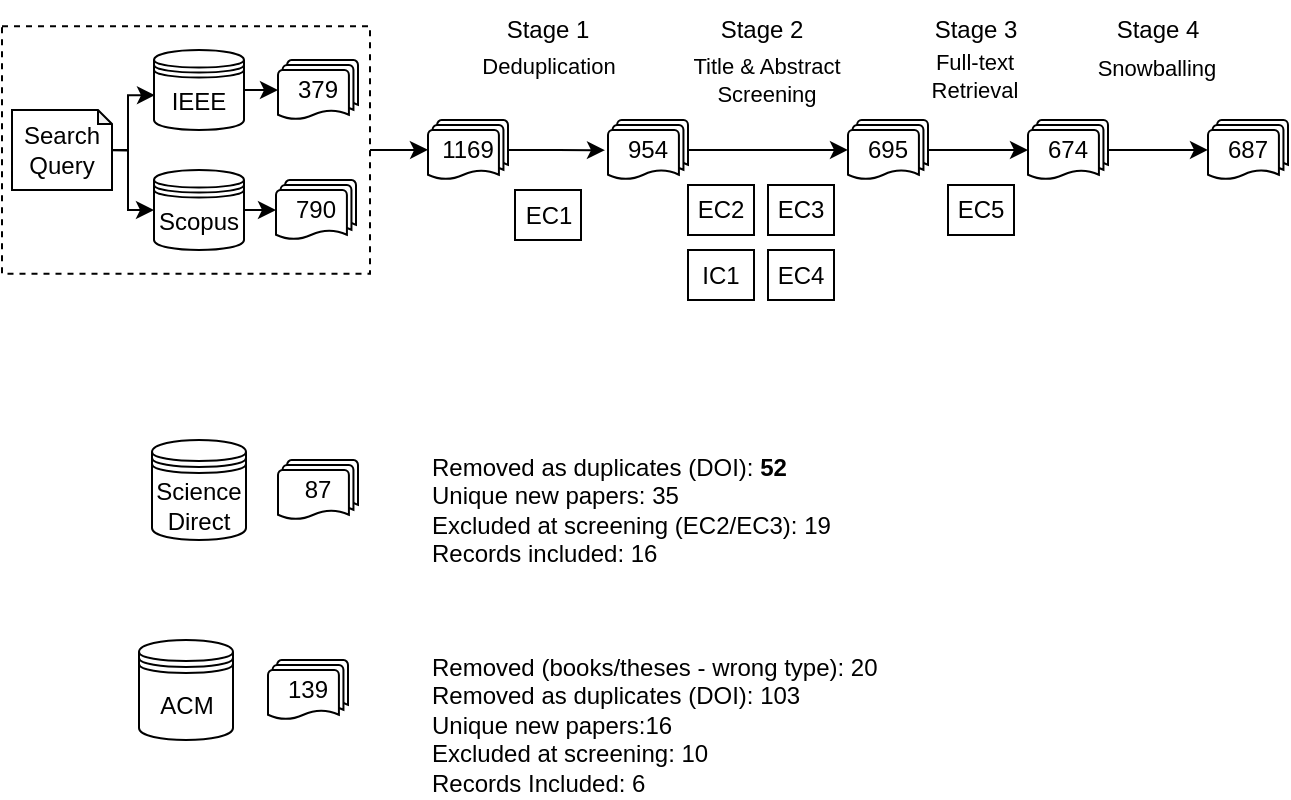
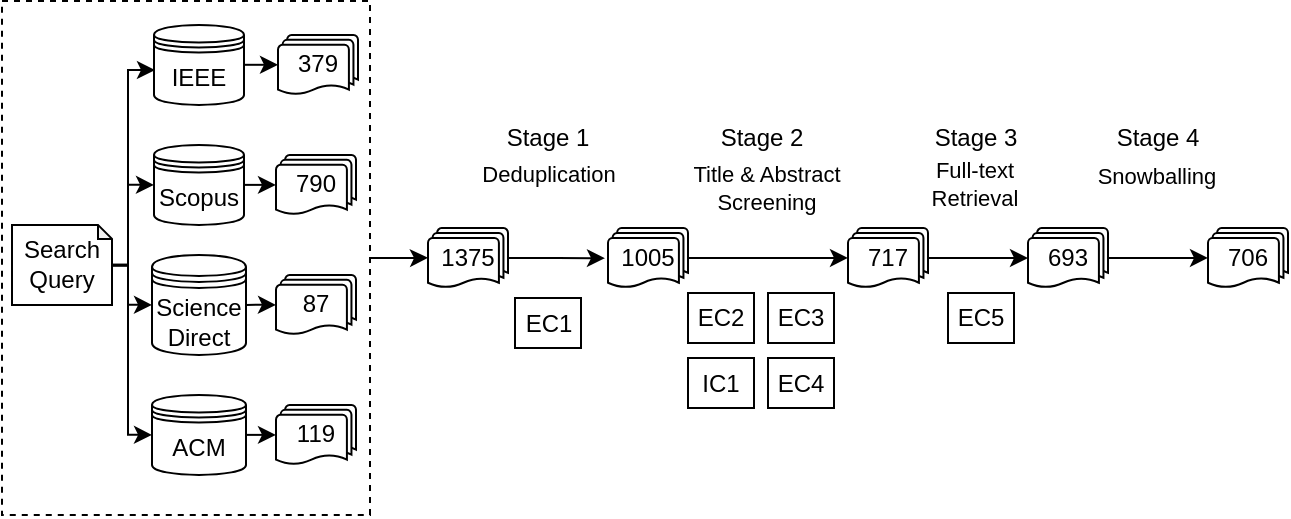
<mxfile host="app.diagrams.net" agent="Mozilla/5.0 (Windows NT 10.0; Win64; x64) AppleWebKit/537.36 (KHTML, like Gecko) Chrome/145.0.0.0 Safari/537.36">
  <diagram name="Page-1" id="EPD-pxOS8JDJHKGQRMdU">
-     <mxGraphModel dx="1201" dy="643" grid="1" gridSize="10" guides="1" tooltips="1" connect="1" arrows="1" fold="1" page="1" pageScale="1" pageWidth="850" pageHeight="1100" math="0" shadow="0">
+     <mxGraphModel dx="751" dy="402" grid="1" gridSize="10" guides="1" tooltips="1" connect="1" arrows="1" fold="1" page="1" pageScale="1" pageWidth="850" pageHeight="1100" math="0" shadow="0">
      <root>
        <mxCell id="0" />
        <mxCell id="1" parent="0" />
        <mxCell id="lcWgrL02LOkPsSpJKyJC-1" edge="1" parent="1" source="lcWgrL02LOkPsSpJKyJC-2" style="edgeStyle=orthogonalEdgeStyle;rounded=0;orthogonalLoop=1;jettySize=auto;html=1;">
          <mxGeometry relative="1" as="geometry">
            <mxPoint x="360" y="204.87" as="targetPoint" />
          </mxGeometry>
        </mxCell>
        <mxCell id="lcWgrL02LOkPsSpJKyJC-2" parent="1" style="rounded=0;whiteSpace=wrap;html=1;dashed=1;movable=1;resizable=1;rotatable=1;deletable=1;editable=1;locked=0;connectable=1;" value="" vertex="1">
-           <mxGeometry height="123.75" width="184" x="147" y="143.12" as="geometry" />
+           <mxGeometry height="256.88" width="184" x="147" y="76.56" as="geometry" />
        </mxCell>
        <mxCell id="lcWgrL02LOkPsSpJKyJC-3" edge="1" parent="1" source="lcWgrL02LOkPsSpJKyJC-4" style="edgeStyle=orthogonalEdgeStyle;rounded=0;orthogonalLoop=1;jettySize=auto;html=1;entryX=0.011;entryY=0.565;entryDx=0;entryDy=0;entryPerimeter=0;" target="lcWgrL02LOkPsSpJKyJC-6">
          <mxGeometry relative="1" as="geometry">
            <Array as="points">
-               <mxPoint x="210" y="205" />
-               <mxPoint x="210" y="178" />
+               <mxPoint x="210" y="208.44" />
+               <mxPoint x="210" y="111.44" />
+             </Array>
+           </mxGeometry>
+         </mxCell>
+         <mxCell id="EugBpm1d8dsiI0s80T5x-1" edge="1" parent="1" source="lcWgrL02LOkPsSpJKyJC-4" style="edgeStyle=orthogonalEdgeStyle;rounded=0;orthogonalLoop=1;jettySize=auto;html=1;entryX=0;entryY=0.5;entryDx=0;entryDy=0;exitX=1.002;exitY=0.51;exitDx=0;exitDy=0;exitPerimeter=0;" target="uM7LAKjQwFEnnQu7Dd1V-1">
+           <mxGeometry relative="1" as="geometry">
+             <Array as="points">
+               <mxPoint x="210" y="208.44" />
+               <mxPoint x="210" y="228.44" />
+             </Array>
+           </mxGeometry>
+         </mxCell>
+         <mxCell id="EugBpm1d8dsiI0s80T5x-2" edge="1" parent="1" source="lcWgrL02LOkPsSpJKyJC-4" style="edgeStyle=orthogonalEdgeStyle;rounded=0;orthogonalLoop=1;jettySize=auto;html=1;entryX=0;entryY=0.5;entryDx=0;entryDy=0;" target="uM7LAKjQwFEnnQu7Dd1V-5">
+           <mxGeometry relative="1" as="geometry">
+             <Array as="points">
+               <mxPoint x="210" y="208.44" />
+               <mxPoint x="210" y="293.44" />
            </Array>
          </mxGeometry>
        </mxCell>
        <mxCell id="lcWgrL02LOkPsSpJKyJC-4" parent="1" style="shape=note;whiteSpace=wrap;html=1;backgroundOutline=1;darkOpacity=0.05;size=7;" value="Search&lt;div&gt;Query&lt;/div&gt;" vertex="1">
-           <mxGeometry height="40" width="50" x="152" y="185" as="geometry" />
+           <mxGeometry height="40" width="50" x="152" y="188.44" as="geometry" />
        </mxCell>
        <mxCell id="lcWgrL02LOkPsSpJKyJC-5" parent="1" style="shape=datastore;whiteSpace=wrap;html=1;" value="Scopus" vertex="1">
-           <mxGeometry height="40" width="45" x="223" y="215" as="geometry" />
+           <mxGeometry height="40" width="45" x="223" y="148.44" as="geometry" />
        </mxCell>
        <mxCell id="lcWgrL02LOkPsSpJKyJC-6" parent="1" style="shape=datastore;whiteSpace=wrap;html=1;" value="IEEE" vertex="1">
-           <mxGeometry height="40" width="45" x="223" y="155" as="geometry" />
+           <mxGeometry height="40" width="45" x="223" y="88.44" as="geometry" />
        </mxCell>
        <mxCell id="lcWgrL02LOkPsSpJKyJC-7" edge="1" parent="1" source="lcWgrL02LOkPsSpJKyJC-4" style="edgeStyle=orthogonalEdgeStyle;rounded=0;orthogonalLoop=1;jettySize=auto;html=1;entryX=0;entryY=0.5;entryDx=0;entryDy=0;exitX=1;exitY=0.504;exitDx=0;exitDy=0;exitPerimeter=0;" target="lcWgrL02LOkPsSpJKyJC-5">
          <mxGeometry relative="1" as="geometry">
            <Array as="points">
-               <mxPoint x="210" y="205" />
-               <mxPoint x="210" y="235" />
+               <mxPoint x="210" y="208.44" />
+               <mxPoint x="210" y="168.44" />
            </Array>
-             <mxPoint x="170" y="205" as="sourcePoint" />
+             <mxPoint x="170" y="138.44" as="sourcePoint" />
          </mxGeometry>
        </mxCell>
        <mxCell id="lcWgrL02LOkPsSpJKyJC-8" parent="1" style="strokeWidth=1;html=1;shape=mxgraph.flowchart.multi-document;whiteSpace=wrap;" value="790" vertex="1">
-           <mxGeometry height="30" width="40" x="284" y="220" as="geometry" />
+           <mxGeometry height="30" width="40" x="284" y="153.44" as="geometry" />
        </mxCell>
        <mxCell id="lcWgrL02LOkPsSpJKyJC-9" parent="1" style="strokeWidth=1;html=1;shape=mxgraph.flowchart.multi-document;whiteSpace=wrap;" value="379" vertex="1">
-           <mxGeometry height="30" width="40" x="285" y="160" as="geometry" />
+           <mxGeometry height="30" width="40" x="285" y="93.44" as="geometry" />
        </mxCell>
        <mxCell id="lcWgrL02LOkPsSpJKyJC-12" edge="1" parent="1" source="lcWgrL02LOkPsSpJKyJC-14" style="edgeStyle=orthogonalEdgeStyle;rounded=0;orthogonalLoop=1;jettySize=auto;html=1;entryX=-0.038;entryY=0.504;entryDx=0;entryDy=0;entryPerimeter=0;" target="lcWgrL02LOkPsSpJKyJC-17">
          <mxGeometry relative="1" as="geometry">
            <mxPoint x="470" y="205" as="targetPoint" />
          </mxGeometry>
        </mxCell>
        <mxCell id="lcWgrL02LOkPsSpJKyJC-13" connectable="0" parent="lcWgrL02LOkPsSpJKyJC-12" style="edgeLabel;html=1;align=center;verticalAlign=middle;resizable=0;points=[];" value="Deduplication" vertex="1">
          <mxGeometry relative="1" x="-0.0065" y="-1" as="geometry">
            <mxPoint x="-4" y="-43" as="offset" />
          </mxGeometry>
        </mxCell>
-         <mxCell id="lcWgrL02LOkPsSpJKyJC-14" parent="1" style="strokeWidth=1;html=1;shape=mxgraph.flowchart.multi-document;whiteSpace=wrap;" value="1169" vertex="1">
+         <mxCell id="lcWgrL02LOkPsSpJKyJC-14" parent="1" style="strokeWidth=1;html=1;shape=mxgraph.flowchart.multi-document;whiteSpace=wrap;" value="1375" vertex="1">
          <mxGeometry height="30" width="40" x="360" y="190" as="geometry" />
        </mxCell>
        <mxCell id="lcWgrL02LOkPsSpJKyJC-15" edge="1" parent="1" source="lcWgrL02LOkPsSpJKyJC-17" style="edgeStyle=orthogonalEdgeStyle;rounded=0;orthogonalLoop=1;jettySize=auto;html=1;entryX=0;entryY=0.5;entryDx=0;entryDy=0;entryPerimeter=0;" target="lcWgrL02LOkPsSpJKyJC-19">
          <mxGeometry relative="1" as="geometry">
            <Array as="points" />
            <mxPoint x="570" y="205.00000000000006" as="targetPoint" />
          </mxGeometry>
        </mxCell>
        <mxCell id="lcWgrL02LOkPsSpJKyJC-16" connectable="0" parent="lcWgrL02LOkPsSpJKyJC-15" style="edgeLabel;html=1;align=center;verticalAlign=middle;resizable=0;points=[];" value="Title &amp;amp; Abstract&lt;div&gt;Screening&lt;/div&gt;" vertex="1">
          <mxGeometry relative="1" x="-0.1294" y="-1" as="geometry">
            <mxPoint x="4" y="-36" as="offset" />
          </mxGeometry>
        </mxCell>
-         <mxCell id="lcWgrL02LOkPsSpJKyJC-17" parent="1" style="strokeWidth=1;html=1;shape=mxgraph.flowchart.multi-document;whiteSpace=wrap;" value="954" vertex="1">
+         <mxCell id="lcWgrL02LOkPsSpJKyJC-17" parent="1" style="strokeWidth=1;html=1;shape=mxgraph.flowchart.multi-document;whiteSpace=wrap;" value="1005" vertex="1">
          <mxGeometry height="30" width="40" x="450" y="189.99" as="geometry" />
        </mxCell>
        <mxCell id="lcWgrL02LOkPsSpJKyJC-18" parent="1" style="rounded=0;whiteSpace=wrap;html=1;" value="EC1" vertex="1">
          <mxGeometry height="25" width="33" x="403.5" y="225" as="geometry" />
        </mxCell>
-         <mxCell id="lcWgrL02LOkPsSpJKyJC-19" parent="1" style="strokeWidth=1;html=1;shape=mxgraph.flowchart.multi-document;whiteSpace=wrap;" value="695" vertex="1">
+         <mxCell id="lcWgrL02LOkPsSpJKyJC-19" parent="1" style="strokeWidth=1;html=1;shape=mxgraph.flowchart.multi-document;whiteSpace=wrap;" value="717" vertex="1">
          <mxGeometry height="30" width="40" x="570" y="189.99" as="geometry" />
        </mxCell>
        <mxCell id="lcWgrL02LOkPsSpJKyJC-20" parent="1" style="rounded=0;whiteSpace=wrap;html=1;" value="EC2" vertex="1">
          <mxGeometry height="25" width="33" x="490" y="222.5" as="geometry" />
        </mxCell>
        <mxCell id="lcWgrL02LOkPsSpJKyJC-21" parent="1" style="rounded=0;whiteSpace=wrap;html=1;" value="EC3" vertex="1">
          <mxGeometry height="25" width="33" x="530" y="222.5" as="geometry" />
        </mxCell>
        <mxCell id="lcWgrL02LOkPsSpJKyJC-22" parent="1" style="rounded=0;whiteSpace=wrap;html=1;" value="EC4" vertex="1">
          <mxGeometry height="25" width="33" x="530" y="255" as="geometry" />
        </mxCell>
        <mxCell id="3dYulXDm6Khn9t_g3C1X-1" edge="1" parent="1" source="lcWgrL02LOkPsSpJKyJC-23" style="edgeStyle=orthogonalEdgeStyle;rounded=0;orthogonalLoop=1;jettySize=auto;html=1;entryX=0;entryY=0.5;entryDx=0;entryDy=0;entryPerimeter=0;" target="3dYulXDm6Khn9t_g3C1X-2">
          <mxGeometry relative="1" as="geometry">
            <mxPoint x="850" y="205" as="targetPoint" />
          </mxGeometry>
        </mxCell>
        <mxCell id="3dYulXDm6Khn9t_g3C1X-3" connectable="0" parent="3dYulXDm6Khn9t_g3C1X-1" style="edgeLabel;html=1;align=center;verticalAlign=middle;resizable=0;points=[];" value="Snowballing" vertex="1">
          <mxGeometry relative="1" x="-0.0421" as="geometry">
            <mxPoint y="-41" as="offset" />
          </mxGeometry>
        </mxCell>
-         <mxCell id="lcWgrL02LOkPsSpJKyJC-23" parent="1" style="strokeWidth=1;html=1;shape=mxgraph.flowchart.multi-document;whiteSpace=wrap;" value="674" vertex="1">
+         <mxCell id="lcWgrL02LOkPsSpJKyJC-23" parent="1" style="strokeWidth=1;html=1;shape=mxgraph.flowchart.multi-document;whiteSpace=wrap;" value="693" vertex="1">
          <mxGeometry height="30" width="40" x="660" y="190" as="geometry" />
        </mxCell>
        <mxCell id="lcWgrL02LOkPsSpJKyJC-24" edge="1" parent="1" source="lcWgrL02LOkPsSpJKyJC-19" style="edgeStyle=orthogonalEdgeStyle;rounded=0;orthogonalLoop=1;jettySize=auto;html=1;entryX=0;entryY=0.5;entryDx=0;entryDy=0;entryPerimeter=0;" target="lcWgrL02LOkPsSpJKyJC-23">
          <mxGeometry relative="1" as="geometry" />
        </mxCell>
        <mxCell id="lcWgrL02LOkPsSpJKyJC-25" connectable="0" parent="lcWgrL02LOkPsSpJKyJC-24" style="edgeLabel;html=1;align=center;verticalAlign=middle;resizable=0;points=[];" value="Full-text&lt;div&gt;Retrieval&lt;/div&gt;" vertex="1">
          <mxGeometry relative="1" x="-0.1099" y="1" as="geometry">
            <mxPoint y="-36" as="offset" />
          </mxGeometry>
        </mxCell>
        <mxCell id="lcWgrL02LOkPsSpJKyJC-26" parent="1" style="rounded=0;whiteSpace=wrap;html=1;" value="EC5" vertex="1">
          <mxGeometry height="25" width="33" x="620" y="222.5" as="geometry" />
        </mxCell>
        <mxCell id="lcWgrL02LOkPsSpJKyJC-27" parent="1" style="rounded=0;whiteSpace=wrap;html=1;" value="IC1" vertex="1">
          <mxGeometry height="25" width="33" x="490" y="255" as="geometry" />
        </mxCell>
        <mxCell id="lcWgrL02LOkPsSpJKyJC-28" parent="1" style="text;html=1;whiteSpace=wrap;strokeColor=none;fillColor=none;align=center;verticalAlign=middle;rounded=0;" value="Stage 1" vertex="1">
          <mxGeometry height="30" width="60" x="390" y="130" as="geometry" />
        </mxCell>
        <mxCell id="lcWgrL02LOkPsSpJKyJC-29" parent="1" style="text;html=1;whiteSpace=wrap;strokeColor=none;fillColor=none;align=center;verticalAlign=middle;rounded=0;" value="Stage 2" vertex="1">
          <mxGeometry height="30" width="60" x="497" y="130" as="geometry" />
        </mxCell>
        <mxCell id="lcWgrL02LOkPsSpJKyJC-30" parent="1" style="text;html=1;whiteSpace=wrap;strokeColor=none;fillColor=none;align=center;verticalAlign=middle;rounded=0;" value="Stage 3" vertex="1">
          <mxGeometry height="30" width="60" x="604" y="130" as="geometry" />
        </mxCell>
-         <mxCell id="3dYulXDm6Khn9t_g3C1X-2" parent="1" style="strokeWidth=1;html=1;shape=mxgraph.flowchart.multi-document;whiteSpace=wrap;" value="687" vertex="1">
+         <mxCell id="3dYulXDm6Khn9t_g3C1X-2" parent="1" style="strokeWidth=1;html=1;shape=mxgraph.flowchart.multi-document;whiteSpace=wrap;" value="706" vertex="1">
          <mxGeometry height="30" width="40" x="750" y="189.99" as="geometry" />
        </mxCell>
        <mxCell id="3dYulXDm6Khn9t_g3C1X-7" parent="1" style="text;html=1;whiteSpace=wrap;strokeColor=none;fillColor=none;align=center;verticalAlign=middle;rounded=0;" value="Stage 4" vertex="1">
          <mxGeometry height="30" width="60" x="695" y="130" as="geometry" />
        </mxCell>
        <mxCell id="3dYulXDm6Khn9t_g3C1X-10" edge="1" parent="1" source="lcWgrL02LOkPsSpJKyJC-5" style="edgeStyle=orthogonalEdgeStyle;rounded=0;orthogonalLoop=1;jettySize=auto;html=1;entryX=0;entryY=0.5;entryDx=0;entryDy=0;entryPerimeter=0;" target="lcWgrL02LOkPsSpJKyJC-8">
          <mxGeometry relative="1" as="geometry">
            <Array as="points">
-               <mxPoint x="260" y="235" />
-               <mxPoint x="260" y="235" />
+               <mxPoint x="260" y="168.44" />
+               <mxPoint x="260" y="168.44" />
            </Array>
          </mxGeometry>
        </mxCell>
        <mxCell id="3dYulXDm6Khn9t_g3C1X-11" edge="1" parent="1" source="lcWgrL02LOkPsSpJKyJC-6" style="edgeStyle=orthogonalEdgeStyle;rounded=0;orthogonalLoop=1;jettySize=auto;html=1;entryX=0;entryY=0.5;entryDx=0;entryDy=0;entryPerimeter=0;" target="lcWgrL02LOkPsSpJKyJC-9">
          <mxGeometry relative="1" as="geometry">
            <Array as="points">
-               <mxPoint x="285" y="175" />
+               <mxPoint x="285" y="108.44" />
            </Array>
          </mxGeometry>
        </mxCell>
        <mxCell id="3dYulXDm6Khn9t_g3C1X-12" edge="1" parent="1" source="lcWgrL02LOkPsSpJKyJC-22" style="edgeStyle=orthogonalEdgeStyle;rounded=0;orthogonalLoop=1;jettySize=auto;html=1;exitX=0.5;exitY=1;exitDx=0;exitDy=0;" target="lcWgrL02LOkPsSpJKyJC-22">
          <mxGeometry relative="1" as="geometry" />
        </mxCell>
        <mxCell id="uM7LAKjQwFEnnQu7Dd1V-1" parent="1" style="shape=datastore;whiteSpace=wrap;html=1;" value="Science&lt;div&gt;Direct&lt;/div&gt;" vertex="1">
-           <mxGeometry height="50" width="47" x="222" y="350" as="geometry" />
+           <mxGeometry height="50" width="47" x="222" y="203.44" as="geometry" />
        </mxCell>
        <mxCell id="uM7LAKjQwFEnnQu7Dd1V-2" parent="1" style="strokeWidth=1;html=1;shape=mxgraph.flowchart.multi-document;whiteSpace=wrap;" value="87" vertex="1">
-           <mxGeometry height="30" width="40" x="285" y="360" as="geometry" />
-         </mxCell>
-         <mxCell id="uM7LAKjQwFEnnQu7Dd1V-3" parent="1" style="text;html=1;whiteSpace=wrap;strokeColor=none;fillColor=none;align=left;verticalAlign=middle;rounded=0;" value="Removed as duplicates (DOI): &lt;strong&gt;52&lt;/strong&gt;&lt;div&gt;Unique new papers: 35&lt;strong&gt;&lt;/strong&gt;&lt;/div&gt;&lt;div&gt;&lt;div&gt;Excluded at screening (EC2/EC3): 19&lt;/div&gt;&lt;div&gt;Records included: 16&lt;/div&gt;&lt;/div&gt;" vertex="1">
-           <mxGeometry height="30" width="230" x="360" y="370" as="geometry" />
+           <mxGeometry height="30" width="40" x="284" y="213.44" as="geometry" />
        </mxCell>
        <mxCell id="uM7LAKjQwFEnnQu7Dd1V-5" parent="1" style="shape=datastore;whiteSpace=wrap;html=1;" value="ACM" vertex="1">
-           <mxGeometry height="50" width="47" x="215.5" y="450" as="geometry" />
+           <mxGeometry height="40" width="47" x="222" y="273.44" as="geometry" />
        </mxCell>
-         <mxCell id="uM7LAKjQwFEnnQu7Dd1V-6" parent="1" style="strokeWidth=1;html=1;shape=mxgraph.flowchart.multi-document;whiteSpace=wrap;" value="139" vertex="1">
-           <mxGeometry height="30" width="40" x="280" y="460" as="geometry" />
+         <mxCell id="uM7LAKjQwFEnnQu7Dd1V-6" parent="1" style="strokeWidth=1;html=1;shape=mxgraph.flowchart.multi-document;whiteSpace=wrap;" value="119" vertex="1">
+           <mxGeometry height="30" width="40" x="284" y="278.44" as="geometry" />
        </mxCell>
-         <mxCell id="uM7LAKjQwFEnnQu7Dd1V-7" parent="1" style="text;whiteSpace=wrap;html=1;" value="Removed (books/theses - wrong type): 20 &lt;br&gt;Removed as duplicates (DOI): 103&lt;br&gt;Unique new papers:16&lt;div&gt;Excluded at screening: 10&lt;/div&gt;&lt;div&gt;Records Included: 6&lt;/div&gt;" vertex="1">
-           <mxGeometry height="70" width="260" x="360" y="450" as="geometry" />
+         <mxCell id="EugBpm1d8dsiI0s80T5x-3" edge="1" parent="1" source="uM7LAKjQwFEnnQu7Dd1V-1" style="edgeStyle=orthogonalEdgeStyle;rounded=0;orthogonalLoop=1;jettySize=auto;html=1;entryX=0;entryY=0.5;entryDx=0;entryDy=0;entryPerimeter=0;exitX=1;exitY=0.5;exitDx=0;exitDy=0;" target="uM7LAKjQwFEnnQu7Dd1V-2">
+           <mxGeometry relative="1" as="geometry">
+             <Array as="points">
+               <mxPoint x="280" y="228.44" />
+               <mxPoint x="280" y="228.44" />
+             </Array>
+             <mxPoint x="280" y="228.44" as="targetPoint" />
+           </mxGeometry>
+         </mxCell>
+         <mxCell id="EugBpm1d8dsiI0s80T5x-4" edge="1" parent="1" source="uM7LAKjQwFEnnQu7Dd1V-5" style="edgeStyle=orthogonalEdgeStyle;rounded=0;orthogonalLoop=1;jettySize=auto;html=1;entryX=0;entryY=0.5;entryDx=0;entryDy=0;entryPerimeter=0;exitX=1;exitY=0.5;exitDx=0;exitDy=0;" target="uM7LAKjQwFEnnQu7Dd1V-6">
+           <mxGeometry relative="1" as="geometry" />
        </mxCell>
      </root>
    </mxGraphModel>
  </diagram>
</mxfile>
